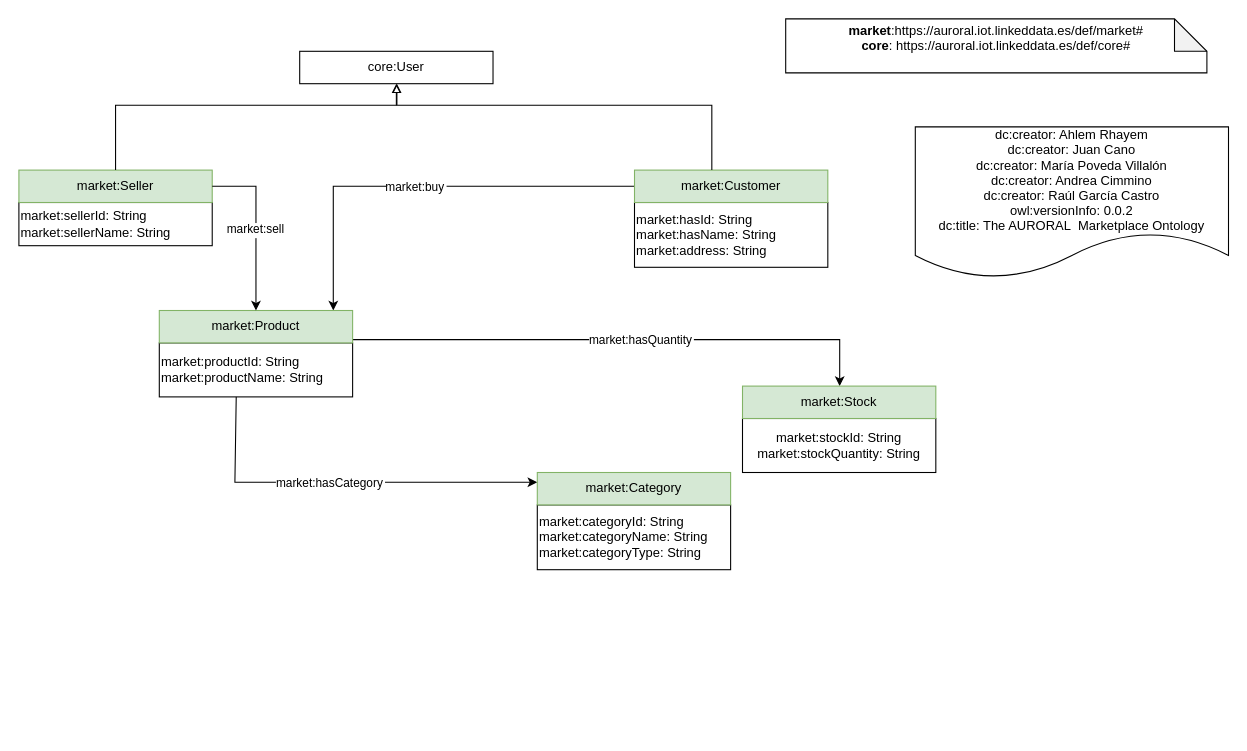
Earlier version of the draw.io diagram diagrams/marketplace.drawio (oeg-upm/AURORAL-marketplace-ontology). Source tidied: cells renumbered, new cells numbered last; positions are measured from the earlier drawing's top-left corner, leaving out a move shared by most shapes. Both pictures are drawn from the tidied source at 108%, with x=0, y=0 at pixel (18, 18).
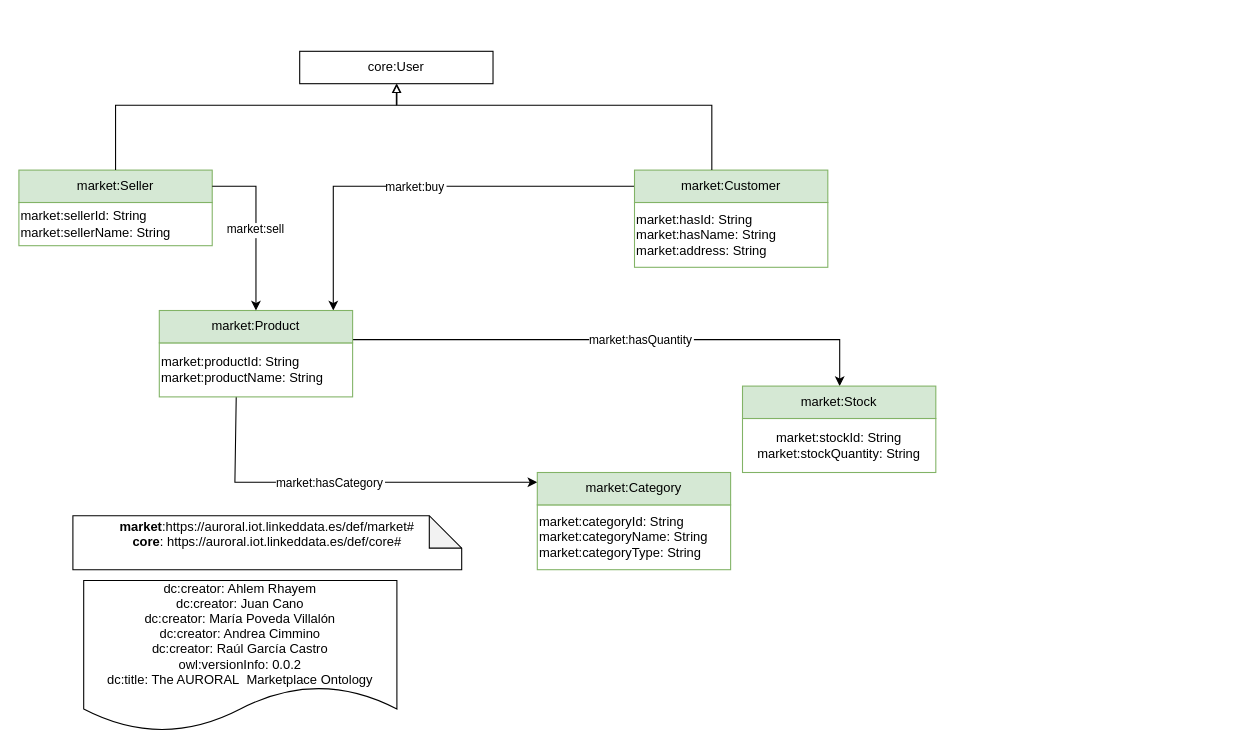
After the change.

Change to the diagram source:
```diff
@@
     <mxCell id="5" value="&lt;div&gt;&lt;b&gt;market&lt;/b&gt;&lt;span&gt;:https://auroral.iot.linkeddata.es/def/market#&lt;/span&gt;&lt;br&gt;&lt;/div&gt;&lt;div&gt;&lt;b&gt;core&lt;/b&gt;:&amp;nbsp;https://auroral.iot.linkeddata.es/def/core#&lt;br&gt;&lt;/div&gt;&lt;div&gt;&lt;br&gt;&lt;/div&gt;" style="shape=note;whiteSpace=wrap;html=1;backgroundOutline=1;darkOpacity=0.05;" parent="1" vertex="1">
-      <mxGeometry x="710" width="390" height="50" as="geometry" />
+      <mxGeometry x="50" y="460" width="360" height="50" as="geometry" />
     </mxCell>
     <mxCell id="6" value="dc:creator: Ahlem Rhayem&#10;dc:creator: Juan Cano&#10;dc:creator: María Poveda Villalón&#10;dc:creator: Andrea Cimmino&#10;dc:creator: Raúl García Castro&#10;owl:versionInfo: 0.0.2&#10;dc:title: The AURORAL  Marketplace Ontology" style="shape=document;boundedLbl=1;" parent="1" vertex="1">
-      <mxGeometry x="830" y="100" width="290" height="140" as="geometry" />
+      <mxGeometry x="60" y="520" width="290" height="140" as="geometry" />
     </mxCell>
-    <mxCell id="7" value="market:hasId: String&lt;br&gt;market:hasName: String&lt;br&gt;market:address: String" style="rounded=0;whiteSpace=wrap;html=1;align=left;" parent="1" vertex="1">
+    <mxCell id="7" value="market:hasId: String&lt;br&gt;market:hasName: String&lt;br&gt;market:address: String" style="rounded=0;whiteSpace=wrap;html=1;align=left;strokeColor=#82B366;" parent="1" vertex="1">
       <mxGeometry x="570" y="170" width="179" height="60" as="geometry" />
     </mxCell>
@@
-    <mxCell id="9" value="market:stockId: String&lt;br&gt;market:stockQuantity: String" style="rounded=0;whiteSpace=wrap;html=1;" parent="1" vertex="1">
+    <mxCell id="9" value="market:stockId: String&lt;br&gt;market:stockQuantity: String" style="rounded=0;whiteSpace=wrap;html=1;strokeColor=#82B366;" parent="1" vertex="1">
       <mxGeometry x="670" y="370" width="179" height="50" as="geometry" />
     </mxCell>
@@
-    <mxCell id="11" value="market:sellerId: String&lt;br&gt;market:sellerName: String" style="rounded=0;whiteSpace=wrap;html=1;align=left;" parent="1" vertex="1">
+    <mxCell id="11" value="market:sellerId: String&lt;br&gt;market:sellerName: String" style="rounded=0;whiteSpace=wrap;html=1;align=left;strokeColor=#82B366;" parent="1" vertex="1">
       <mxGeometry y="170" width="179" height="40" as="geometry" />
     </mxCell>
-    <mxCell id="12" value="market:Seller" style="rounded=0;whiteSpace=wrap;html=1;snapToPoint=1;points=[[0.1,0],[0.2,0],[0.3,0],[0.4,0],[0.5,0],[0.6,0],[0.7,0],[0.8,0],[0.9,0],[0,0.1],[0,0.3],[0,0.5],[0,0.7],[0,0.9],[0.1,1],[0.2,1],[0.3,1],[0.4,1],[0.5,1],[0.6,1],[0.7,1],[0.8,1],[0.9,1],[1,0.1],[1,0.3],[1,0.5],[1,0.7],[1,0.9]];fillColor=#d5e8d4;strokeColor=#82b366;" parent="1" vertex="1">
+    <mxCell id="12" value="market:Seller" style="rounded=0;whiteSpace=wrap;html=1;snapToPoint=1;points=[[0.1,0],[0.2,0],[0.3,0],[0.4,0],[0.5,0],[0.6,0],[0.7,0],[0.8,0],[0.9,0],[0,0.1],[0,0.3],[0,0.5],[0,0.7],[0,0.9],[0.1,1],[0.2,1],[0.3,1],[0.4,1],[0.5,1],[0.6,1],[0.7,1],[0.8,1],[0.9,1],[1,0.1],[1,0.3],[1,0.5],[1,0.7],[1,0.9]];fillColor=#d5e8d4;strokeColor=#82B366;" parent="1" vertex="1">
       <mxGeometry y="140" width="179" height="30" as="geometry" />
     </mxCell>
-    <mxCell id="13" value="market:productId: String&lt;br&gt;market:productName: String" style="rounded=0;whiteSpace=wrap;html=1;align=left;" parent="1" vertex="1">
+    <mxCell id="13" value="market:productId: String&lt;br&gt;market:productName: String" style="rounded=0;whiteSpace=wrap;html=1;align=left;strokeColor=#82B366;" parent="1" vertex="1">
       <mxGeometry x="130" y="300" width="179" height="50" as="geometry" />
     </mxCell>
@@
-    <mxCell id="15" value="market:categoryId: String&lt;br&gt;market:categoryName: String&lt;br&gt;market:categoryType: String" style="rounded=0;whiteSpace=wrap;html=1;align=left;" parent="1" vertex="1">
+    <mxCell id="15" value="market:categoryId: String&lt;br&gt;market:categoryName: String&lt;br&gt;market:categoryType: String" style="rounded=0;whiteSpace=wrap;html=1;align=left;strokeColor=#82B366;" parent="1" vertex="1">
       <mxGeometry x="480" y="450" width="179" height="60" as="geometry" />
     </mxCell>
```
